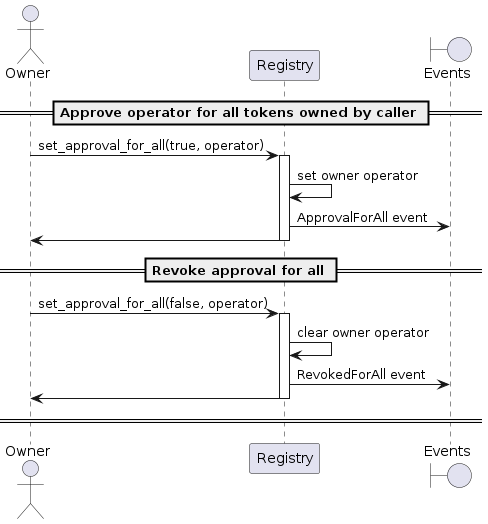
The PlantUML diagram docs/sequence-diagrams/puml/approve-for-all.png in make-software/cspr-name-contracts, before a commit.
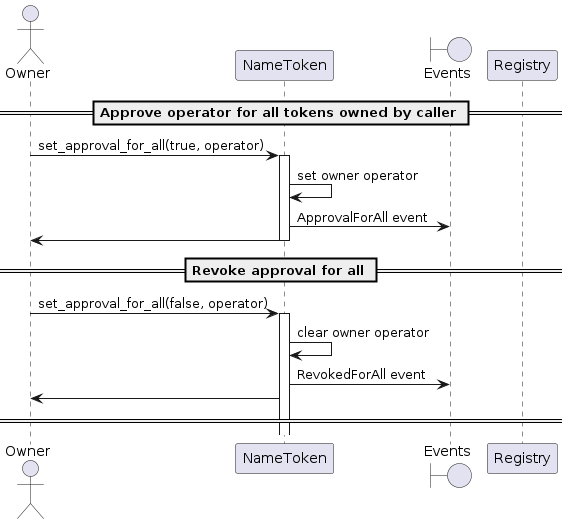
The same file after the commit.

Change to the diagram source:
```diff
@@ -1,25 +1,25 @@
 @startuml
 
 actor Owner
-participant "Registry"
+participant "NameToken"
 boundary "Events"
 
 == Approve operator for all tokens owned by caller ==
 
-Owner -> Registry: set_approval_for_all(true, operator)
-activate Registry
-Registry -> Registry: set owner operator
-Registry -> "Events": ApprovalForAll event
-Registry -> Owner
-deactivate Registry
+Owner -> NameToken: set_approval_for_all(true, operator)
+activate NameToken
+NameToken -> NameToken: set owner operator
+NameToken -> "Events": ApprovalForAll event
+NameToken -> Owner
+deactivate NameToken
 
 == Revoke approval for all ==
 
-Owner -> Registry: set_approval_for_all(false, operator)
-activate Registry
-Registry -> Registry: clear owner operator
-Registry -> "Events": RevokedForAll event
-Registry -> Owner
+Owner -> NameToken: set_approval_for_all(false, operator)
+activate NameToken
+NameToken -> NameToken: clear owner operator
+NameToken -> "Events": RevokedForAll event
+NameToken -> Owner
 deactivate Registry
 
 == ==
```
